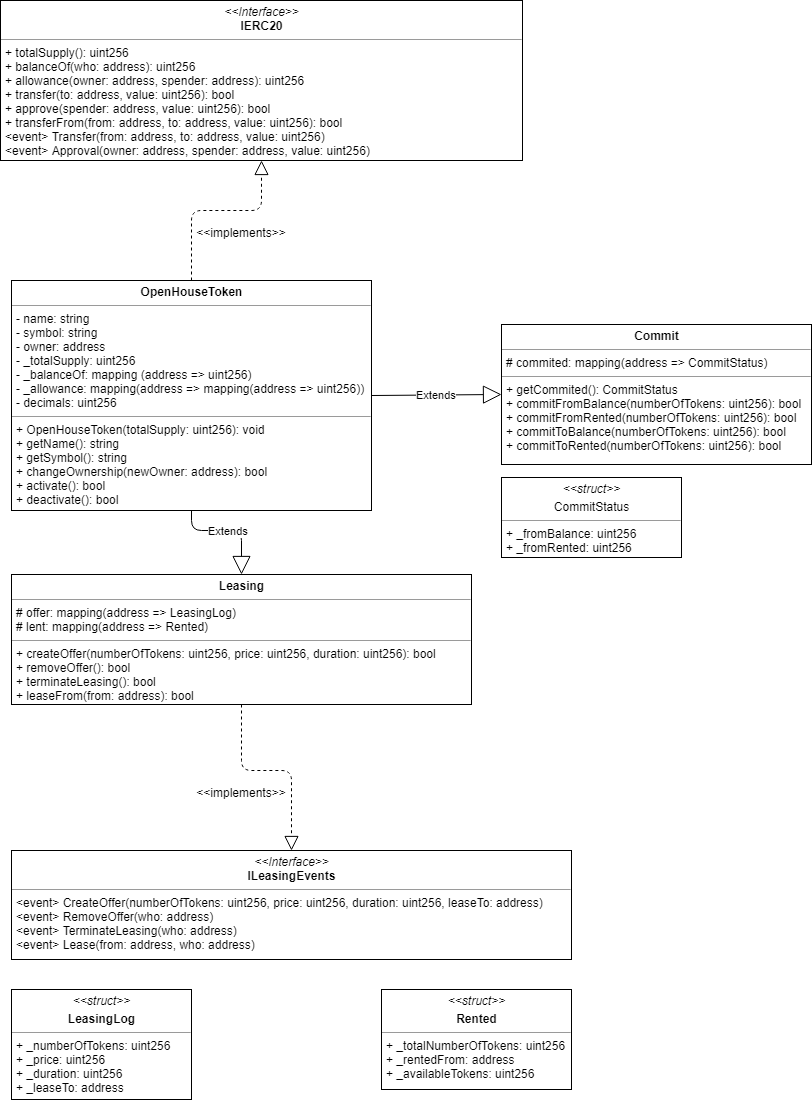
Before: uml/OpenHouseToken/OpenHouseToken.png, a diagram exported from draw.io (gkamtzir/Ethereum-ICO-Diploma-Thesis). Source tidied: cells renumbered, new cells last; positions are measured from the earlier drawing's top-left corner, leaving out a move shared by most shapes.
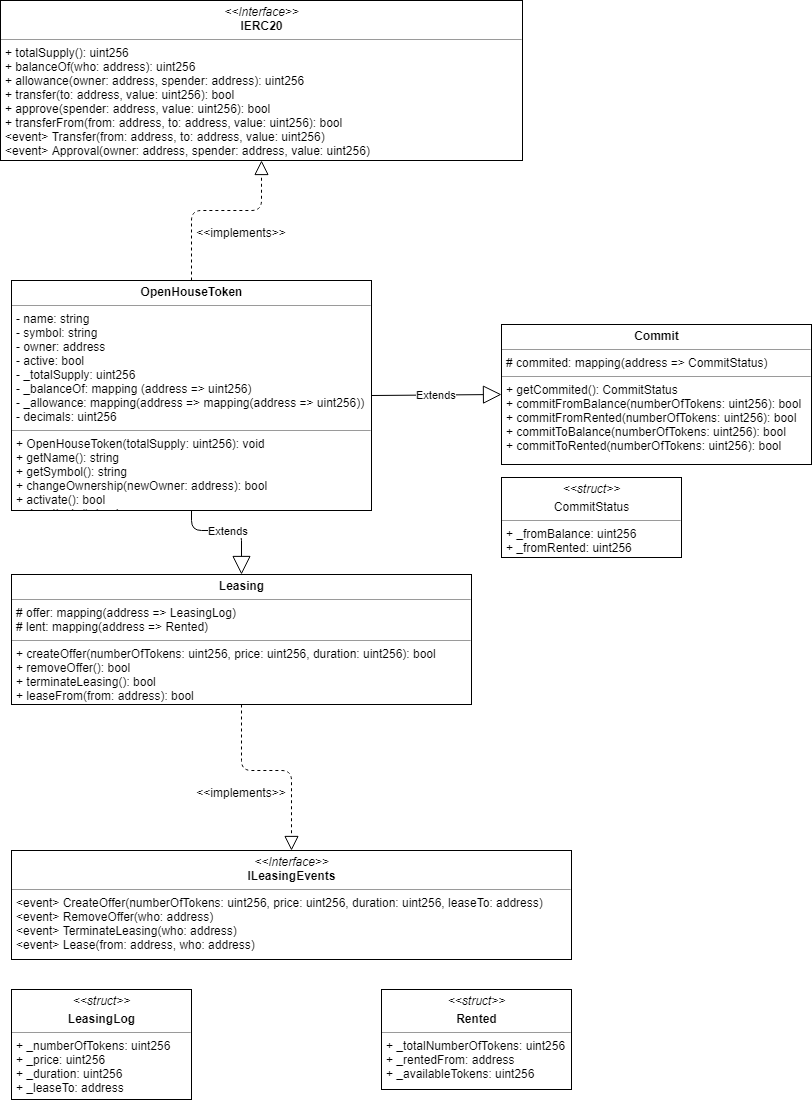
Above is the later version.

Commit message:
Added active variable to class diagrams.

The edit, as a diff of the source:
```diff
@@ -2,7 +2,7 @@
   <root>
     <mxCell id="0" />
     <mxCell id="1" parent="0" />
-    <mxCell id="2" value="&lt;p style=&quot;margin: 0px ; margin-top: 4px ; text-align: center&quot;&gt;&lt;b&gt;OpenHouseToken&lt;/b&gt;&lt;/p&gt;&lt;hr size=&quot;1&quot;&gt;&lt;p style=&quot;margin: 0px ; margin-left: 4px&quot;&gt;- name: string&lt;/p&gt;&lt;p style=&quot;margin: 0px ; margin-left: 4px&quot;&gt;- symbol: string&lt;/p&gt;&lt;p style=&quot;margin: 0px ; margin-left: 4px&quot;&gt;- owner: address&lt;/p&gt;&lt;p style=&quot;margin: 0px ; margin-left: 4px&quot;&gt;- _totalSupply: uint256&lt;/p&gt;&lt;p style=&quot;margin: 0px ; margin-left: 4px&quot;&gt;- _balanceOf: mapping (address =&amp;gt; uint256)&lt;/p&gt;&lt;p style=&quot;margin: 0px ; margin-left: 4px&quot;&gt;- _allowance: mapping(address =&amp;gt; mapping(address =&amp;gt; uint256))&lt;/p&gt;&lt;p style=&quot;margin: 0px ; margin-left: 4px&quot;&gt;- decimals: uint256&lt;/p&gt;&lt;hr size=&quot;1&quot;&gt;&lt;p style=&quot;margin: 0px ; margin-left: 4px&quot;&gt;+ OpenHouseToken(totalSupply: uint256): void&lt;/p&gt;&lt;p style=&quot;margin: 0px ; margin-left: 4px&quot;&gt;+ getName(): string&lt;/p&gt;&lt;p style=&quot;margin: 0px ; margin-left: 4px&quot;&gt;+ getSymbol(): string&lt;/p&gt;&lt;p style=&quot;margin: 0px ; margin-left: 4px&quot;&gt;+ changeOwnership(newOwner: address): bool&lt;/p&gt;&lt;p style=&quot;margin: 0px ; margin-left: 4px&quot;&gt;+ activate(): bool&lt;/p&gt;&lt;p style=&quot;margin: 0px ; margin-left: 4px&quot;&gt;+ deactivate(): bool&lt;/p&gt;" style="verticalAlign=top;align=left;overflow=fill;fontSize=12;fontFamily=Helvetica;html=1;" parent="1" vertex="1">
+    <mxCell id="2" value="&lt;p style=&quot;margin: 0px ; margin-top: 4px ; text-align: center&quot;&gt;&lt;b&gt;OpenHouseToken&lt;/b&gt;&lt;/p&gt;&lt;hr size=&quot;1&quot;&gt;&lt;p style=&quot;margin: 0px ; margin-left: 4px&quot;&gt;- name: string&lt;/p&gt;&lt;p style=&quot;margin: 0px ; margin-left: 4px&quot;&gt;- symbol: string&lt;/p&gt;&lt;p style=&quot;margin: 0px ; margin-left: 4px&quot;&gt;- owner: address&lt;/p&gt;&lt;p style=&quot;margin: 0px ; margin-left: 4px&quot;&gt;- active: bool&lt;/p&gt;&lt;p style=&quot;margin: 0px ; margin-left: 4px&quot;&gt;- _totalSupply: uint256&lt;/p&gt;&lt;p style=&quot;margin: 0px ; margin-left: 4px&quot;&gt;- _balanceOf: mapping (address =&amp;gt; uint256)&lt;/p&gt;&lt;p style=&quot;margin: 0px ; margin-left: 4px&quot;&gt;- _allowance: mapping(address =&amp;gt; mapping(address =&amp;gt; uint256))&lt;/p&gt;&lt;p style=&quot;margin: 0px ; margin-left: 4px&quot;&gt;- decimals: uint256&lt;/p&gt;&lt;hr size=&quot;1&quot;&gt;&lt;p style=&quot;margin: 0px ; margin-left: 4px&quot;&gt;+ OpenHouseToken(totalSupply: uint256): void&lt;/p&gt;&lt;p style=&quot;margin: 0px ; margin-left: 4px&quot;&gt;+ getName(): string&lt;/p&gt;&lt;p style=&quot;margin: 0px ; margin-left: 4px&quot;&gt;+ getSymbol(): string&lt;/p&gt;&lt;p style=&quot;margin: 0px ; margin-left: 4px&quot;&gt;+ changeOwnership(newOwner: address): bool&lt;/p&gt;&lt;p style=&quot;margin: 0px ; margin-left: 4px&quot;&gt;+ activate(): bool&lt;/p&gt;&lt;p style=&quot;margin: 0px ; margin-left: 4px&quot;&gt;+ deactivate(): bool&lt;/p&gt;" style="verticalAlign=top;align=left;overflow=fill;fontSize=12;fontFamily=Helvetica;html=1;" parent="1" vertex="1">
       <mxGeometry x="11" y="280" width="360" height="230" as="geometry" />
     </mxCell>
     <mxCell id="3" value="&lt;p style=&quot;margin: 0px ; margin-top: 4px ; text-align: center&quot;&gt;&lt;i&gt;&amp;lt;&amp;lt;Interface&amp;gt;&amp;gt;&lt;/i&gt;&lt;br&gt;&lt;b&gt;IERC20&lt;/b&gt;&lt;/p&gt;&lt;hr size=&quot;1&quot;&gt;&lt;p style=&quot;margin: 0px ; margin-left: 4px&quot;&gt;+ totalSupply(): uint256&lt;br&gt;+ balanceOf(who: address): uint256&lt;/p&gt;&lt;p style=&quot;margin: 0px ; margin-left: 4px&quot;&gt;+ allowance(owner: address, spender: address): uint256&lt;/p&gt;&lt;p style=&quot;margin: 0px ; margin-left: 4px&quot;&gt;+ transfer(to: address, value: uint256): bool&lt;/p&gt;&lt;p style=&quot;margin: 0px ; margin-left: 4px&quot;&gt;+ approve(spender: address, value: uint256): bool&lt;/p&gt;&lt;p style=&quot;margin: 0px ; margin-left: 4px&quot;&gt;+ transferFrom(from: address, to: address, value: uint256): bool&lt;/p&gt;&lt;p style=&quot;margin: 0px ; margin-left: 4px&quot;&gt;&amp;lt;event&amp;gt; Transfer(from: address, to: address, value: uint256)&lt;/p&gt;&lt;p style=&quot;margin: 0px ; margin-left: 4px&quot;&gt;&amp;lt;event&amp;gt; Approval(owner: address, spender: address, value: uint256)&lt;/p&gt;" style="verticalAlign=top;align=left;overflow=fill;fontSize=12;fontFamily=Helvetica;html=1;" parent="1" vertex="1">
```
